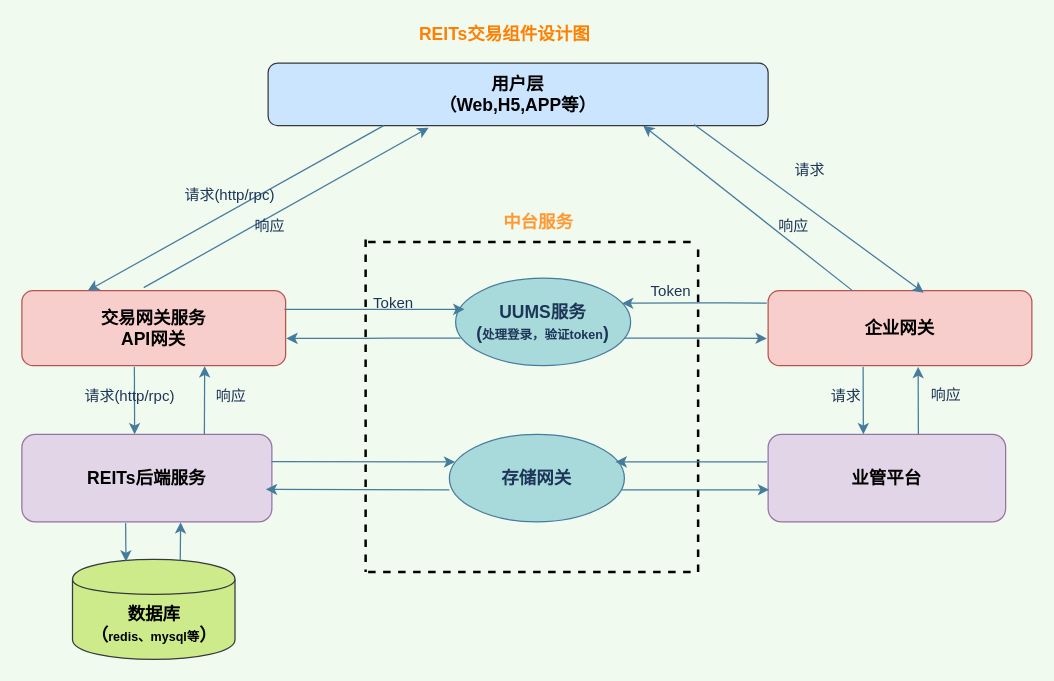
Before: page "REITs交易组件图" (1 of 5) of REITs_UML.drawio in lppgo/001UML, a draw.io diagram. Source tidied: cells renumbered, new cells numbered last; positions are measured from the earlier drawing's top-left corner, leaving out a move shared by most shapes. Both pictures are drawn from the tidied source at 125%, with x=0, y=0 at pixel (21, 21).
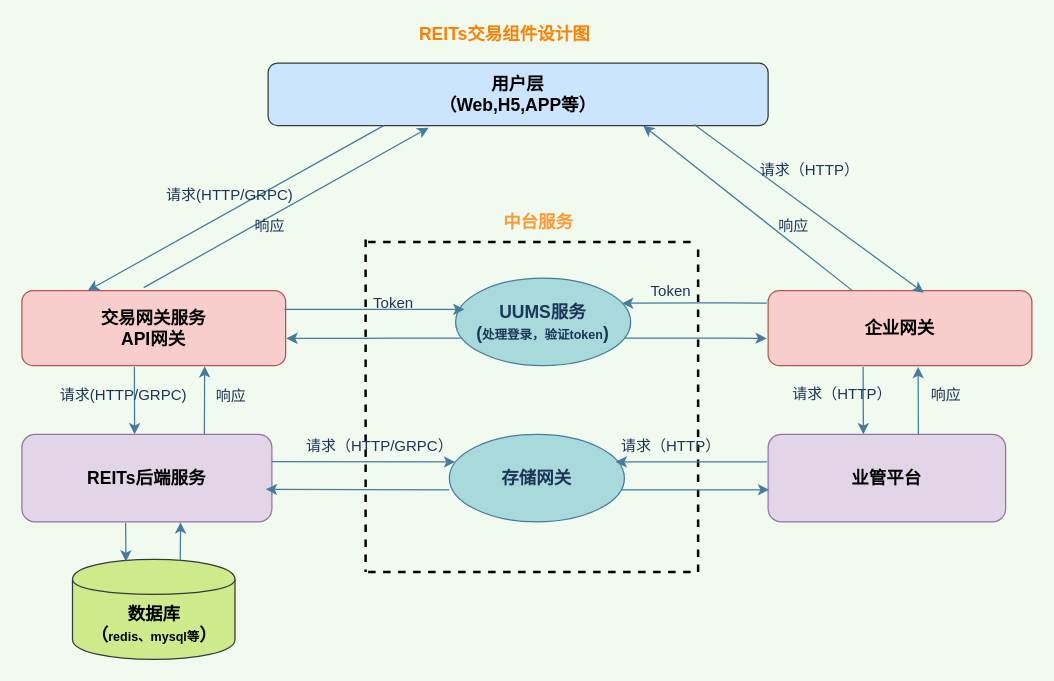
The same page after the edit.

What changed in the source:
```diff
@@
-    <mxCell id="13" value="请求(http/rpc)" style="text;html=1;align=center;verticalAlign=middle;fillColor=none;strokeColor=none;rounded=0;sketch=0;fontColor=#1D3557;" parent="1" vertex="1">
-      <mxGeometry x="40.5" y="290" width="90" height="20" as="geometry" />
-    </mxCell>
@@
-    <mxCell id="27" value="请求(http/rpc)" style="text;html=1;align=center;verticalAlign=middle;fillColor=none;strokeColor=none;rounded=0;sketch=0;fontColor=#1D3557;" parent="1" vertex="1">
-      <mxGeometry x="121" y="129" width="90" height="20" as="geometry" />
+    <mxCell id="27" value="请求(HTTP/GRPC)" style="text;html=1;align=center;verticalAlign=middle;fillColor=none;strokeColor=none;rounded=0;sketch=0;fontColor=#1D3557;" parent="1" vertex="1">
+      <mxGeometry x="106" y="129" width="120" height="20" as="geometry" />
     </mxCell>
@@
-    <mxCell id="30" value="请求" style="text;html=1;align=center;verticalAlign=middle;fillColor=none;strokeColor=none;rounded=0;sketch=0;fontColor=#1D3557;" parent="1" vertex="1">
-      <mxGeometry x="608" y="108" width="44" height="22" as="geometry" />
+    <mxCell id="30" value="请求（HTTP）" style="text;html=1;align=center;verticalAlign=middle;fillColor=none;strokeColor=none;rounded=0;sketch=0;fontColor=#1D3557;" parent="1" vertex="1">
+      <mxGeometry x="585" y="109" width="90" height="20" as="geometry" />
     </mxCell>
@@
-    <mxCell id="41" value="请求" style="text;html=1;align=center;verticalAlign=middle;fillColor=none;strokeColor=none;rounded=0;sketch=0;fontColor=#1D3557;" parent="1" vertex="1">
-      <mxGeometry x="637" y="289" width="44" height="22" as="geometry" />
-    </mxCell>
@@
+    <mxCell id="44" value="请求（HTTP/GRPC）" style="text;html=1;align=center;verticalAlign=middle;fillColor=none;strokeColor=none;rounded=0;sketch=0;fontColor=#1D3557;" parent="1" vertex="1">
+      <mxGeometry x="221" y="330" width="130" height="20" as="geometry" />
+    </mxCell>
+    <mxCell id="45" value="请求（HTTP）" style="text;html=1;align=center;verticalAlign=middle;fillColor=none;strokeColor=none;rounded=0;sketch=0;fontColor=#1D3557;" parent="1" vertex="1">
+      <mxGeometry x="474" y="330" width="90" height="20" as="geometry" />
+    </mxCell>
+    <mxCell id="46" value="请求（HTTP）" style="text;html=1;align=center;verticalAlign=middle;fillColor=none;strokeColor=none;rounded=0;sketch=0;fontColor=#1D3557;" parent="1" vertex="1">
+      <mxGeometry x="611" y="288" width="90" height="20" as="geometry" />
+    </mxCell>
+    <mxCell id="47" value="请求(HTTP/GRPC)" style="text;html=1;align=center;verticalAlign=middle;fillColor=none;strokeColor=none;rounded=0;sketch=0;fontColor=#1D3557;" parent="1" vertex="1">
+      <mxGeometry x="21" y="289" width="120" height="20" as="geometry" />
+    </mxCell>
```
